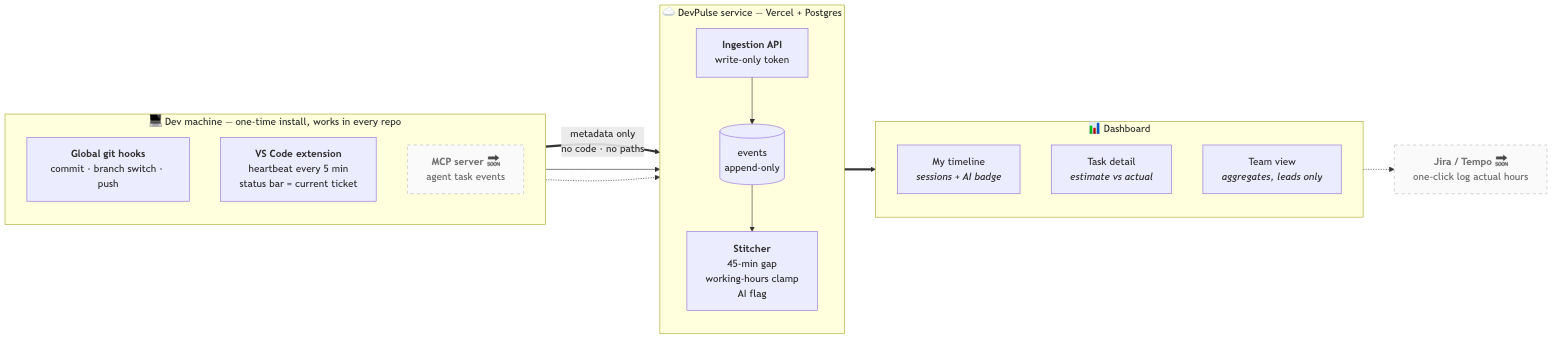
The Mermaid diagram docs/img/devpulse-flow.png in abelbesas/mnl-dev-telemetry, before a commit. Its source is kept beside it as docs/img/devpulse-flow.mmd.
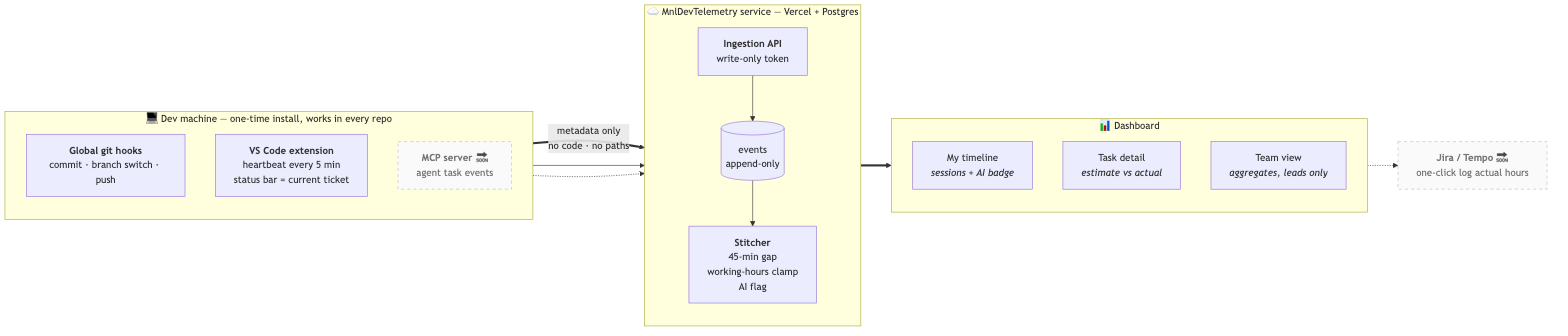
The same diagram one commit later.

What changed in the source:
```diff
@@ -6,7 +6,7 @@
     M["<b>MCP server</b> 🔜<br/>agent task events"]
   end
 
-  subgraph SRV["☁️ DevPulse service — Vercel + Postgres"]
+  subgraph SRV["☁️ MnlDevTelemetry service — Vercel + Postgres"]
     direction TB
     I["<b>Ingestion API</b><br/>write-only token"]
     DB[("events<br/>append-only")]
```
